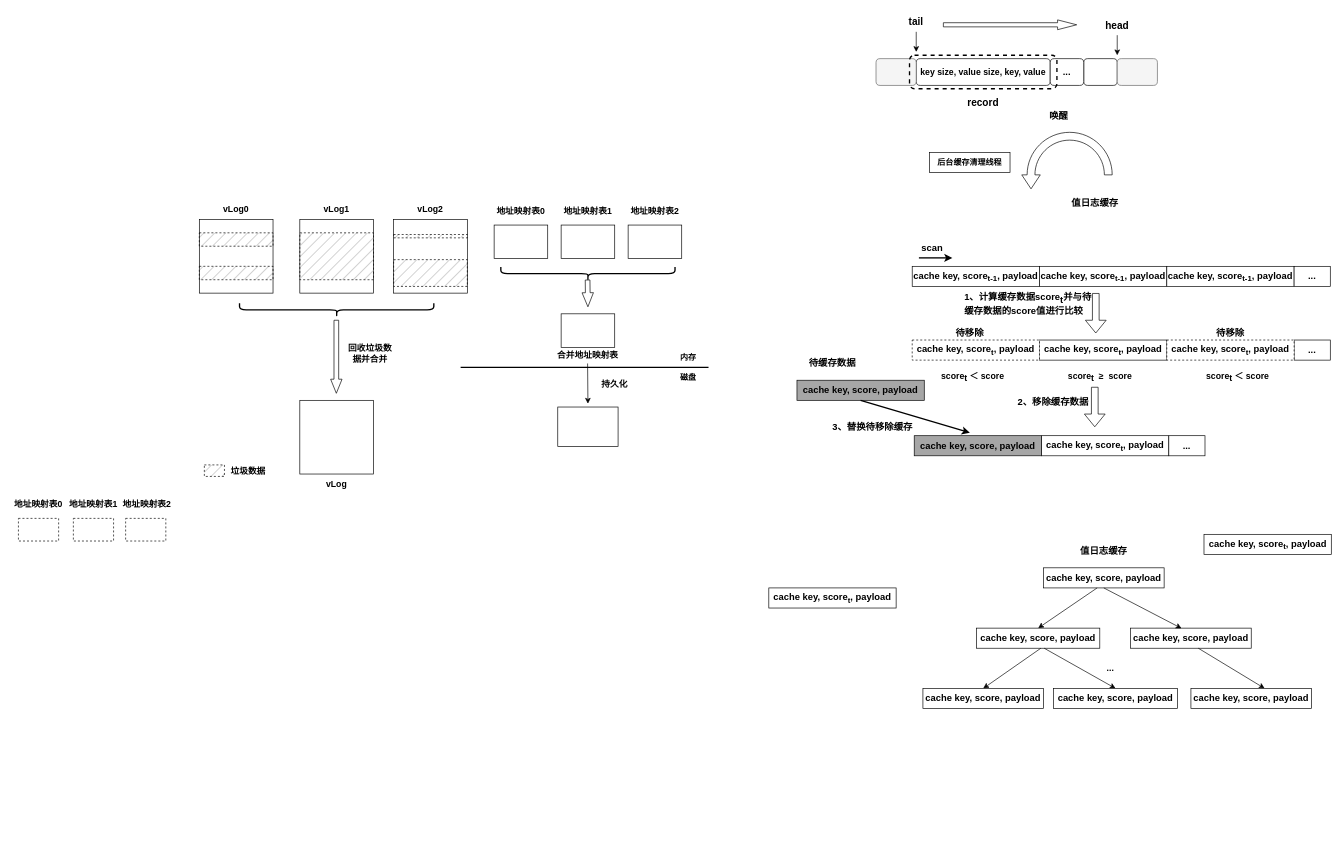
This is page "第 2 页" (2 of 3) of RabbitKV.drawio from yeqiyi/drawIO, a draw.io file, before an edit. Source tidied: cells renumbered, new cells numbered last; positions are measured from the earlier drawing's top-left corner, leaving out a move shared by most shapes. Both pictures are drawn from the tidied source at 67%, with x=0, y=0 at pixel (11, 11).
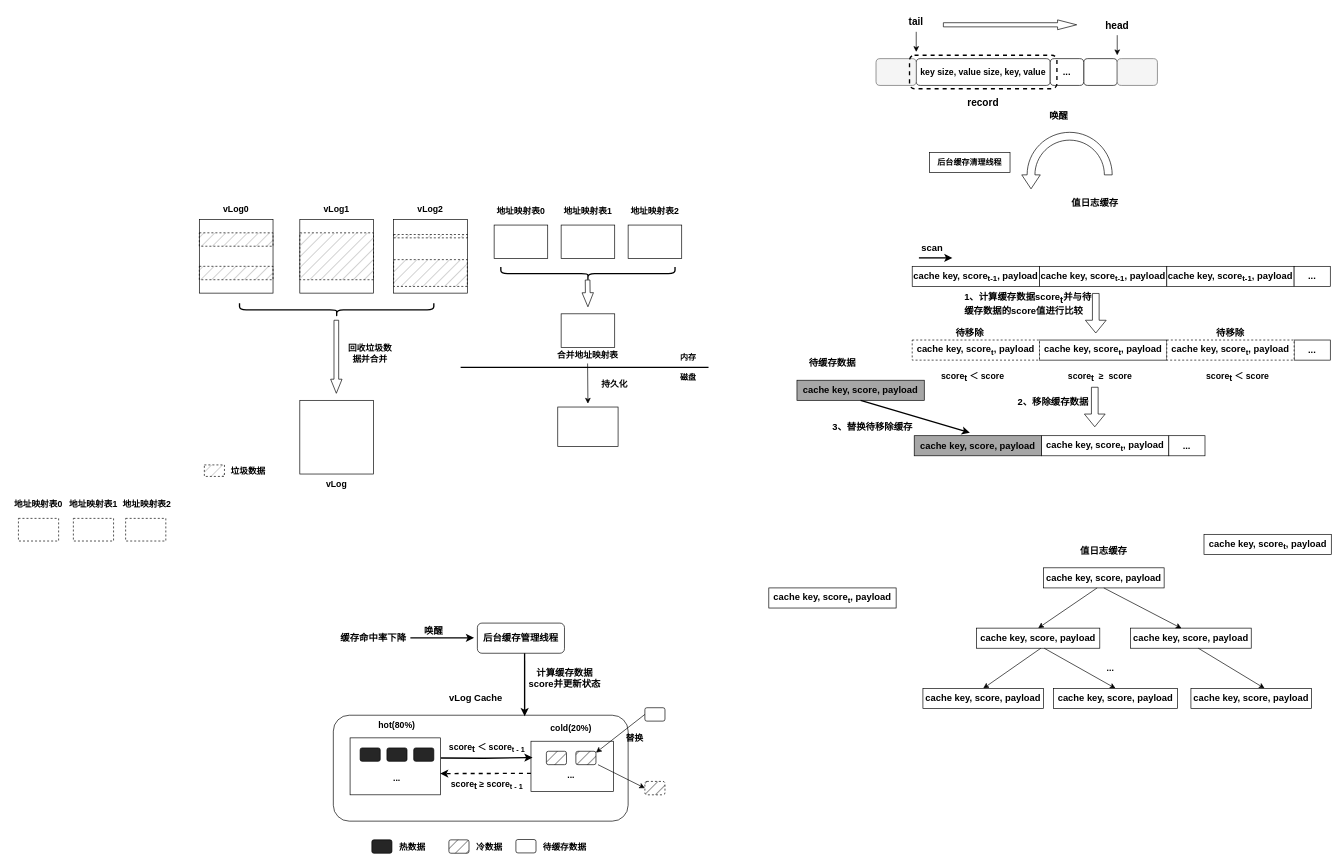
After the change.

Change to the diagram source:
```diff
@@
+    <mxCell id="99" style="rounded=1;whiteSpace=wrap;html=1;fillColor=none;" parent="1" vertex="1">
+      <mxGeometry x="480" y="1050" width="440" height="158.1" as="geometry" />
+    </mxCell>
@@
+    <mxCell id="100" style="rounded=0;whiteSpace=wrap;html=1;" parent="1" vertex="1">
+      <mxGeometry x="505" y="1083.8" width="135" height="85" as="geometry" />
+    </mxCell>
+    <mxCell id="101" value="&lt;span style=&quot;font-size: 13px;&quot;&gt;&lt;b&gt;hot(80%)&lt;/b&gt;&lt;/span&gt;" style="text;html=1;strokeColor=none;fillColor=none;align=center;verticalAlign=middle;whiteSpace=wrap;rounded=0;" parent="1" vertex="1">
+      <mxGeometry x="545" y="1048.8" width="60" height="30" as="geometry" />
+    </mxCell>
+    <mxCell id="102" style="rounded=0;whiteSpace=wrap;html=1;" parent="1" vertex="1">
+      <mxGeometry x="775" y="1088.8" width="123" height="75" as="geometry" />
+    </mxCell>
+    <mxCell id="103" value="&lt;span style=&quot;font-size: 13px;&quot;&gt;&lt;b&gt;cold(20%)&lt;/b&gt;&lt;/span&gt;" style="text;html=1;strokeColor=none;fillColor=none;align=center;verticalAlign=middle;whiteSpace=wrap;rounded=0;" parent="1" vertex="1">
+      <mxGeometry x="805" y="1053.8" width="60" height="30" as="geometry" />
+    </mxCell>
+    <mxCell id="104" style="rounded=1;whiteSpace=wrap;html=1;gradientColor=none;fillColor=#262626;fillStyle=hatch;" parent="1" vertex="1">
+      <mxGeometry x="798" y="1103.8" width="30" height="20" as="geometry" />
+    </mxCell>
+    <mxCell id="105" style="rounded=1;whiteSpace=wrap;html=1;gradientColor=none;fillColor=#262626;" parent="1" vertex="1">
+      <mxGeometry x="520" y="1098.8" width="30" height="20" as="geometry" />
+    </mxCell>
+    <mxCell id="106" style="rounded=1;whiteSpace=wrap;html=1;gradientColor=none;fillColor=#262626;" parent="1" vertex="1">
+      <mxGeometry x="560" y="1098.8" width="30" height="20" as="geometry" />
+    </mxCell>
+    <mxCell id="107" style="rounded=1;whiteSpace=wrap;html=1;gradientColor=none;fillColor=#262626;" parent="1" vertex="1">
+      <mxGeometry x="600" y="1098.8" width="30" height="20" as="geometry" />
+    </mxCell>
+    <mxCell id="108" value="&lt;span style=&quot;font-size: 13px;&quot;&gt;&lt;b&gt;...&lt;/b&gt;&lt;/span&gt;" style="text;html=1;strokeColor=none;fillColor=none;align=center;verticalAlign=middle;whiteSpace=wrap;rounded=0;" parent="1" vertex="1">
+      <mxGeometry x="545" y="1128.8" width="60" height="30" as="geometry" />
+    </mxCell>
+    <mxCell id="109" value="&lt;span style=&quot;font-size: 13px;&quot;&gt;&lt;b&gt;...&lt;/b&gt;&lt;/span&gt;" style="text;html=1;strokeColor=none;fillColor=none;align=center;verticalAlign=middle;whiteSpace=wrap;rounded=0;" parent="1" vertex="1">
+      <mxGeometry x="805" y="1123.8" width="60" height="30" as="geometry" />
+    </mxCell>
+    <mxCell id="110" style="rounded=1;whiteSpace=wrap;html=1;gradientColor=none;fillColor=#262626;fillStyle=hatch;" parent="1" vertex="1">
+      <mxGeometry x="842" y="1103.8" width="30" height="20" as="geometry" />
+    </mxCell>
+    <mxCell id="111" style="endArrow=classic;html=1;rounded=0;entryX=0.019;entryY=0.387;entryDx=0;entryDy=0;entryPerimeter=0;strokeWidth=2;exitX=1.004;exitY=0.353;exitDx=0;exitDy=0;exitPerimeter=0;" parent="1" edge="1" source="100">
+      <mxGeometry relative="1" as="geometry">
+        <mxPoint x="777.3" y="1113.2" as="targetPoint" />
+        <Array as="points">
+          <mxPoint x="705" y="1114.2" />
+        </Array>
+      </mxGeometry>
+    </mxCell>
+    <mxCell id="112" style="endArrow=classic;html=1;rounded=0;entryX=0.996;entryY=0.627;entryDx=0;entryDy=0;entryPerimeter=0;strokeWidth=2;dashed=1;" parent="1" edge="1" target="100">
+      <mxGeometry relative="1" as="geometry">
+        <mxPoint x="775" y="1136.8" as="sourcePoint" />
+      </mxGeometry>
+    </mxCell>
+    <mxCell id="113" style="rounded=1;whiteSpace=wrap;html=1;gradientColor=none;fillColor=#FFFFFF;fillStyle=auto;" parent="1" vertex="1">
+      <mxGeometry x="945" y="1038.8" width="30" height="20" as="geometry" />
+    </mxCell>
+    <mxCell id="114" style="endArrow=classic;html=1;rounded=0;exitX=0;exitY=0.5;exitDx=0;exitDy=0;" parent="1" edge="1" source="113">
+      <mxGeometry relative="1" as="geometry">
+        <mxPoint x="872" y="1105.8" as="targetPoint" />
+      </mxGeometry>
+    </mxCell>
+    <mxCell id="115" style="endArrow=classic;html=1;rounded=0;entryX=0;entryY=0.5;entryDx=0;entryDy=0;" parent="1" edge="1" target="116">
+      <mxGeometry relative="1" as="geometry">
+        <mxPoint x="875" y="1123.8" as="sourcePoint" />
+      </mxGeometry>
+    </mxCell>
+    <mxCell id="116" style="rounded=1;whiteSpace=wrap;html=1;gradientColor=none;fillColor=#262626;fillStyle=hatch;dashed=1;" parent="1" vertex="1">
+      <mxGeometry x="945" y="1148.8" width="30" height="20" as="geometry" />
+    </mxCell>
+    <mxCell id="117" value="&lt;span style=&quot;border-color: var(--border-color); font-size: 13px;&quot;&gt;&lt;font style=&quot;border-color: var(--border-color); font-size: 13px;&quot;&gt;&lt;b style=&quot;border-color: var(--border-color);&quot;&gt;score&lt;span style=&quot;border-color: var(--border-color);&quot;&gt;&lt;sub style=&quot;border-color: var(--border-color); font-size: 13px;&quot;&gt;t&amp;nbsp;&lt;/sub&gt;＜&amp;nbsp;&lt;span style=&quot;border-color: var(--border-color);&quot;&gt;&lt;font style=&quot;border-color: var(--border-color);&quot;&gt;&lt;span style=&quot;border-color: var(--border-color);&quot;&gt;score&lt;sub style=&quot;border-color: var(--border-color);&quot;&gt;t - 1&lt;/sub&gt;&lt;/span&gt;&lt;/font&gt;&lt;/span&gt;&lt;/span&gt;&lt;/b&gt;&lt;br style=&quot;font-size: 13px;&quot;&gt;&lt;/font&gt;&lt;/span&gt;" style="text;html=1;strokeColor=none;fillColor=none;align=center;verticalAlign=middle;whiteSpace=wrap;rounded=0;fontSize=13;" parent="1" vertex="1">
+      <mxGeometry x="635" y="1073.8" width="149" height="50" as="geometry" />
+    </mxCell>
+    <mxCell id="118" value="&lt;span style=&quot;border-color: var(--border-color); font-size: 13px;&quot;&gt;&lt;font style=&quot;border-color: var(--border-color); font-size: 13px;&quot;&gt;&lt;b style=&quot;border-color: var(--border-color);&quot;&gt;score&lt;span style=&quot;border-color: var(--border-color);&quot;&gt;&lt;sub style=&quot;border-color: var(--border-color); font-size: 13px;&quot;&gt;t &lt;/sub&gt;&lt;span style=&quot;border-color: var(--border-color); font-size: 13px;&quot;&gt;≥&lt;/span&gt;&amp;nbsp;&lt;span style=&quot;border-color: var(--border-color);&quot;&gt;&lt;font style=&quot;border-color: var(--border-color);&quot;&gt;&lt;span style=&quot;border-color: var(--border-color);&quot;&gt;score&lt;sub style=&quot;border-color: var(--border-color);&quot;&gt;t - 1&lt;/sub&gt;&lt;/span&gt;&lt;/font&gt;&lt;/span&gt;&lt;/span&gt;&lt;/b&gt;&lt;br style=&quot;font-size: 13px;&quot;&gt;&lt;/font&gt;&lt;/span&gt;" style="text;html=1;strokeColor=none;fillColor=none;align=center;verticalAlign=middle;whiteSpace=wrap;rounded=0;fontSize=13;" parent="1" vertex="1">
+      <mxGeometry x="635" y="1128.8" width="149" height="50" as="geometry" />
+    </mxCell>
+    <mxCell id="119" style="rounded=1;whiteSpace=wrap;html=1;gradientColor=none;fillColor=#262626;" parent="1" vertex="1">
+      <mxGeometry x="537.5" y="1236" width="30" height="20" as="geometry" />
+    </mxCell>
+    <mxCell id="120" value="&lt;span style=&quot;font-size: 13px;&quot;&gt;&lt;b&gt;热数据&lt;/b&gt;&lt;/span&gt;" style="text;html=1;strokeColor=none;fillColor=none;align=center;verticalAlign=middle;whiteSpace=wrap;rounded=0;" parent="1" vertex="1">
+      <mxGeometry x="567.5" y="1231" width="60" height="30" as="geometry" />
+    </mxCell>
+    <mxCell id="121" style="rounded=1;whiteSpace=wrap;html=1;gradientColor=none;fillColor=#262626;fillStyle=hatch;" parent="1" vertex="1">
+      <mxGeometry x="652.5" y="1236" width="30" height="20" as="geometry" />
+    </mxCell>
+    <mxCell id="122" value="&lt;span style=&quot;font-size: 13px;&quot;&gt;&lt;b&gt;冷数据&lt;/b&gt;&lt;/span&gt;" style="text;html=1;strokeColor=none;fillColor=none;align=center;verticalAlign=middle;whiteSpace=wrap;rounded=0;" parent="1" vertex="1">
+      <mxGeometry x="682.5" y="1231" width="60" height="30" as="geometry" />
+    </mxCell>
+    <mxCell id="123" style="rounded=1;whiteSpace=wrap;html=1;gradientColor=none;fillColor=#FFFFFF;fillStyle=auto;" parent="1" vertex="1">
+      <mxGeometry x="752.5" y="1235.5" width="30" height="20" as="geometry" />
+    </mxCell>
+    <mxCell id="124" value="&lt;span style=&quot;font-size: 13px;&quot;&gt;&lt;b&gt;待缓存数据&lt;/b&gt;&lt;/span&gt;" style="text;html=1;strokeColor=none;fillColor=none;align=center;verticalAlign=middle;whiteSpace=wrap;rounded=0;" parent="1" vertex="1">
+      <mxGeometry x="787.5" y="1230" width="75" height="31" as="geometry" />
+    </mxCell>
+    <mxCell id="125" value="&lt;b&gt;&lt;font style=&quot;font-size: 14px;&quot;&gt;vLog Cache&lt;/font&gt;&lt;/b&gt;" style="text;html=1;strokeColor=none;fillColor=none;align=center;verticalAlign=middle;whiteSpace=wrap;rounded=0;" parent="1" vertex="1">
+      <mxGeometry x="642.5" y="1010" width="100" height="30" as="geometry" />
+    </mxCell>
+    <mxCell id="126" value="&lt;b&gt;&lt;font style=&quot;font-size: 14px;&quot;&gt;缓存命中率下降&lt;/font&gt;&lt;/b&gt;" style="text;html=1;strokeColor=none;fillColor=none;align=center;verticalAlign=middle;whiteSpace=wrap;rounded=0;" parent="1" vertex="1">
+      <mxGeometry x="490" y="920" width="100" height="30" as="geometry" />
+    </mxCell>
+    <mxCell id="127" style="endArrow=classic;html=1;rounded=0;strokeWidth=2;" parent="1" edge="1">
+      <mxGeometry relative="1" as="geometry">
+        <mxPoint x="595" y="934.5" as="sourcePoint" />
+        <mxPoint x="690" y="934.5" as="targetPoint" />
+      </mxGeometry>
+    </mxCell>
+    <mxCell id="128" value="&lt;b&gt;&lt;font style=&quot;font-size: 14px;&quot;&gt;后台缓存管理线程&lt;/font&gt;&lt;/b&gt;" style="rounded=1;whiteSpace=wrap;html=1;" parent="1" vertex="1">
+      <mxGeometry x="695" y="912.5" width="130" height="45" as="geometry" />
+    </mxCell>
+    <mxCell id="129" value="&lt;b&gt;&lt;font style=&quot;font-size: 14px;&quot;&gt;唤醒&lt;/font&gt;&lt;/b&gt;" style="text;html=1;strokeColor=none;fillColor=none;align=center;verticalAlign=middle;whiteSpace=wrap;rounded=0;" parent="1" vertex="1">
+      <mxGeometry x="605" y="910" width="50" height="30" as="geometry" />
+    </mxCell>
+    <mxCell id="130" style="endArrow=classic;html=1;rounded=0;strokeWidth=2;entryX=0.649;entryY=0.009;entryDx=0;entryDy=0;entryPerimeter=0;" parent="1" edge="1" target="99">
+      <mxGeometry relative="1" as="geometry">
+        <mxPoint x="765.5" y="957.5" as="sourcePoint" />
+      </mxGeometry>
+    </mxCell>
+    <mxCell id="131" value="&lt;span style=&quot;font-size: 14px;&quot;&gt;&lt;b&gt;计算缓存数据score并更新状态&lt;/b&gt;&lt;/span&gt;" style="text;html=1;strokeColor=none;fillColor=none;align=center;verticalAlign=middle;whiteSpace=wrap;rounded=0;" parent="1" vertex="1">
+      <mxGeometry x="767.5" y="980" width="115" height="30" as="geometry" />
+    </mxCell>
+    <mxCell id="132" value="&lt;span style=&quot;font-size: 13px;&quot;&gt;&lt;b&gt;替换&lt;/b&gt;&lt;/span&gt;" style="text;html=1;strokeColor=none;fillColor=none;align=center;verticalAlign=middle;whiteSpace=wrap;rounded=0;" parent="1" vertex="1">
+      <mxGeometry x="900" y="1068.8" width="60" height="30" as="geometry" />
+    </mxCell>
```
